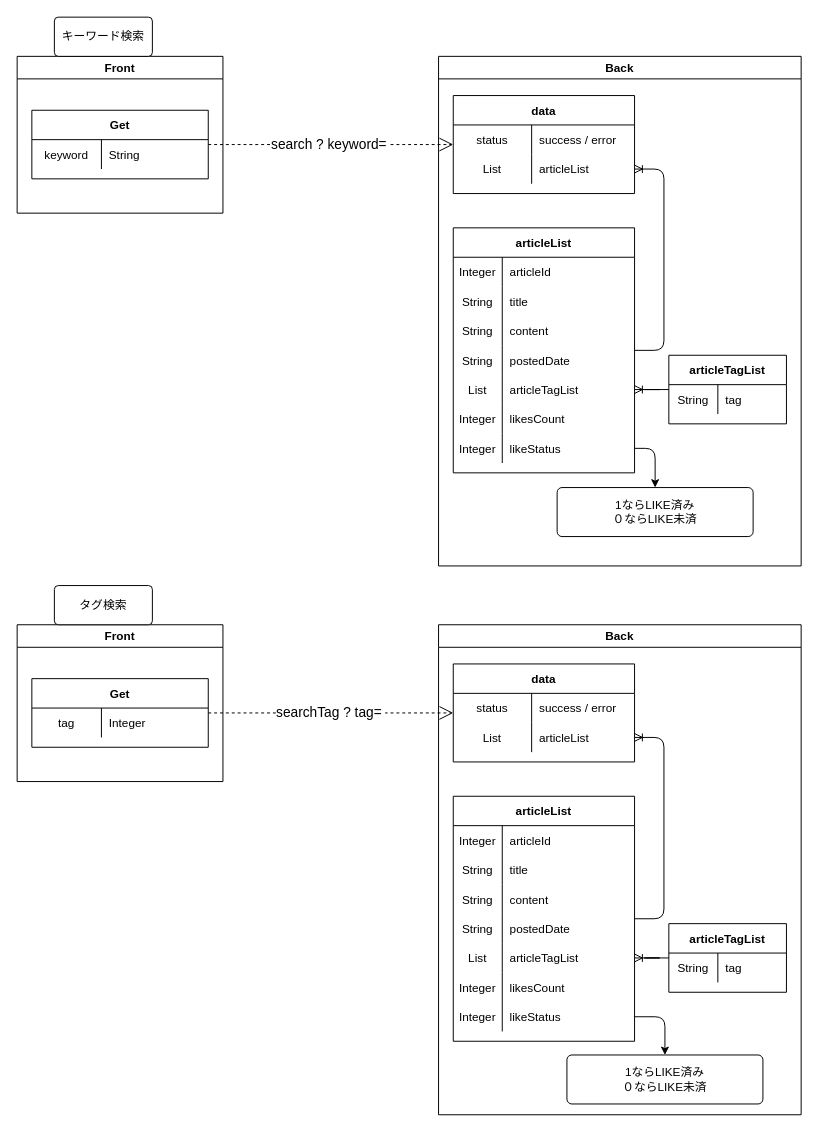
Above: page "[表示]検索記事一覧" (3 of 17) of Designs/基本設計.drawio in yusuke-rakus/Qiish (draw.io), before the change. Source tidied: cells renumbered, new cells numbered last; positions are measured from the earlier drawing's top-left corner, leaving out a move shared by most shapes. Both pictures are drawn from the tidied source at 98%, with x=0, y=0 at pixel (17, 17).
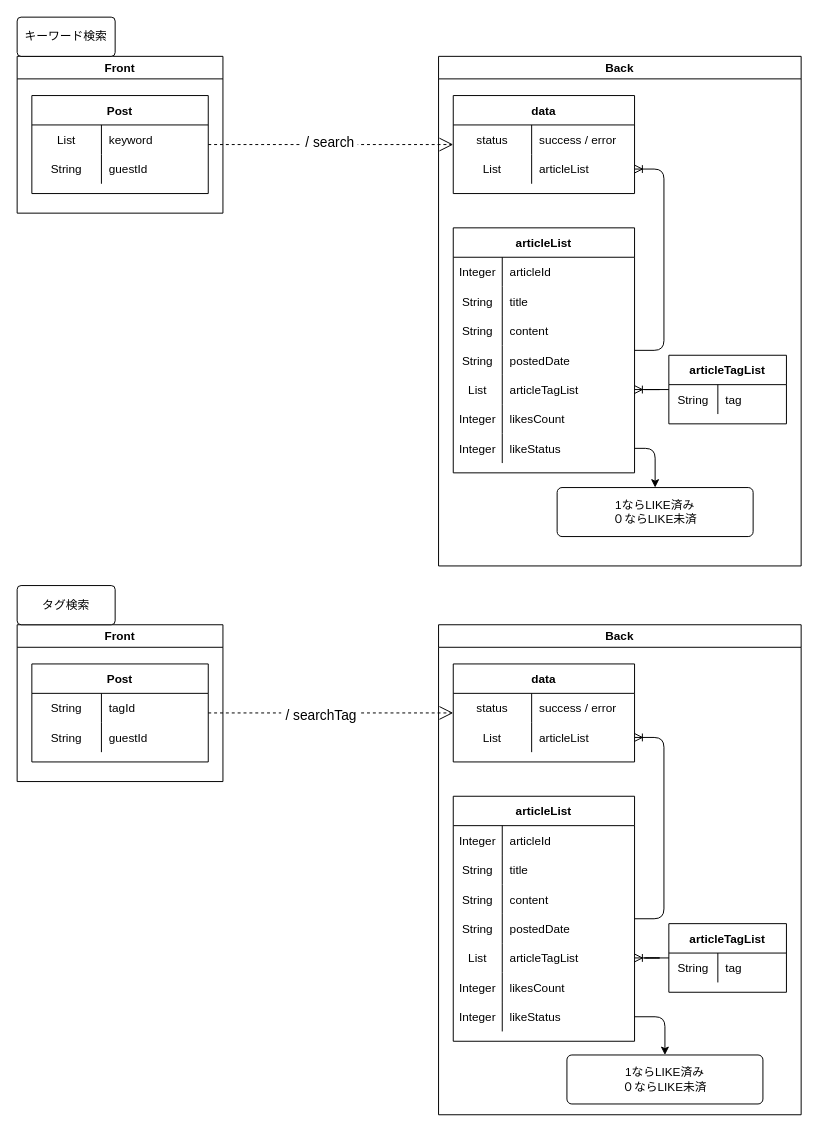
After the change.

The change refers to these unchanged cells:
```xml
<mxCell id="3" value="data" style="shape=table;startSize=30;childLayout=tableLayout;rowLines=0;fontStyle=1;align=center;" parent="2" vertex="1">
  <mxGeometry x="15" y="40" width="185" height="100" as="geometry" />
</mxCell>
<mxCell id="41" value="Front" style="swimlane;" parent="1" vertex="1">
  <mxGeometry y="40" width="210" height="160" as="geometry" />
</mxCell>
<mxCell id="43" style="shape=partialRectangle;fillColor=none;top=0;left=0;bottom=0;right=0;" parent="42" vertex="1">
  <mxGeometry y="30" width="180" height="30" as="geometry" />
</mxCell>
<mxCell id="47" value="data" style="shape=table;startSize=30;childLayout=tableLayout;rowLines=0;fontStyle=1;align=center;" parent="46" vertex="1">
  <mxGeometry x="15" y="40" width="185" height="100" as="geometry" />
</mxCell>
<mxCell id="85" value="Front" style="swimlane;" parent="1" vertex="1">
  <mxGeometry y="620" width="210" height="160" as="geometry" />
</mxCell>
<mxCell id="87" style="shape=partialRectangle;fillColor=none;top=0;left=0;bottom=0;right=0;" parent="86" vertex="1">
  <mxGeometry y="30" width="180" height="30" as="geometry" />
</mxCell>
```

Diff of the diagram source:
```diff
@@
-    <mxCell id="40" value="&lt;font style=&quot;font-size: 14px&quot;&gt;search ? keyword=&amp;nbsp;&lt;/font&gt;" style="endArrow=open;endSize=12;dashed=1;html=1;" parent="1" edge="1" source="42" target="3">
+    <mxCell id="40" style="endArrow=open;endSize=12;dashed=1;html=1;" parent="1" edge="1" source="42" target="3">
       <mxGeometry relative="1" as="geometry" />
     </mxCell>
+    <mxCell id="92" value="&amp;nbsp;/ search&amp;nbsp;" style="edgeLabel;html=1;align=center;verticalAlign=middle;fontSize=14;" parent="40" vertex="1">
+      <mxGeometry x="-0.02" y="3" relative="1" as="geometry" />
+    </mxCell>
@@
-    <mxCell id="42" value="Get" style="shape=table;startSize=30;childLayout=tableLayout;rowLines=0;fontStyle=1;align=center;" parent="41" vertex="1">
-      <mxGeometry x="15" y="55" width="180" height="70" as="geometry" />
+    <mxCell id="42" value="Post" style="shape=table;startSize=30;childLayout=tableLayout;rowLines=0;fontStyle=1;align=center;" parent="41" vertex="1">
+      <mxGeometry x="15" y="40" width="180" height="100" as="geometry" />
     </mxCell>
@@
-    <mxCell id="44" value="keyword" style="shape=partialRectangle;fillColor=none;top=0;left=0;bottom=0;right=0;overflow=hidden;" parent="43" vertex="1">
+    <mxCell id="44" value="List" style="shape=partialRectangle;fillColor=none;top=0;left=0;bottom=0;right=0;overflow=hidden;" parent="43" vertex="1">
       <mxGeometry width="71" height="30" as="geometry" />
     </mxCell>
-    <mxCell id="45" value="String" style="shape=partialRectangle;fillColor=none;top=0;left=0;bottom=0;right=0;align=left;spacingLeft=6;overflow=hidden;" parent="43" vertex="1">
+    <mxCell id="45" value="keyword" style="shape=partialRectangle;fillColor=none;top=0;left=0;bottom=0;right=0;align=left;spacingLeft=6;overflow=hidden;" parent="43" vertex="1">
       <mxGeometry x="71" width="109" height="30" as="geometry" />
     </mxCell>
+    <mxCell id="93" style="shape=partialRectangle;fillColor=none;top=0;left=0;bottom=0;right=0;" parent="42" vertex="1">
+      <mxGeometry y="60" width="180" height="30" as="geometry" />
+    </mxCell>
+    <mxCell id="94" value="String" style="shape=partialRectangle;fillColor=none;top=0;left=0;bottom=0;right=0;overflow=hidden;" parent="93" vertex="1">
+      <mxGeometry width="71" height="30" as="geometry" />
+    </mxCell>
+    <mxCell id="95" value="guestId" style="shape=partialRectangle;fillColor=none;top=0;left=0;bottom=0;right=0;align=left;spacingLeft=6;overflow=hidden;" parent="93" vertex="1">
+      <mxGeometry x="71" width="109" height="30" as="geometry" />
+    </mxCell>
@@
-    <mxCell id="84" value="&lt;font style=&quot;font-size: 14px&quot;&gt;searchTag ? tag=&amp;nbsp;&lt;/font&gt;" style="endArrow=open;endSize=12;dashed=1;html=1;" parent="1" edge="1" source="86" target="47">
+    <mxCell id="84" style="endArrow=open;endSize=12;dashed=1;html=1;" parent="1" edge="1" source="86" target="47">
       <mxGeometry relative="1" as="geometry" />
     </mxCell>
+    <mxCell id="96" value="&amp;nbsp;/ searchTag&amp;nbsp;" style="edgeLabel;html=1;align=center;verticalAlign=middle;fontSize=14;" parent="84" vertex="1">
+      <mxGeometry x="-0.09" y="-2" relative="1" as="geometry" />
+    </mxCell>
@@
-    <mxCell id="86" value="Get" style="shape=table;startSize=30;childLayout=tableLayout;rowLines=0;fontStyle=1;align=center;" parent="85" vertex="1">
-      <mxGeometry x="15" y="55" width="180" height="70" as="geometry" />
+    <mxCell id="86" value="Post" style="shape=table;startSize=30;childLayout=tableLayout;rowLines=0;fontStyle=1;align=center;" parent="85" vertex="1">
+      <mxGeometry x="15" y="40" width="180" height="100" as="geometry" />
     </mxCell>
@@
-    <mxCell id="88" value="tag" style="shape=partialRectangle;fillColor=none;top=0;left=0;bottom=0;right=0;overflow=hidden;" parent="87" vertex="1">
+    <mxCell id="88" value="String" style="shape=partialRectangle;fillColor=none;top=0;left=0;bottom=0;right=0;overflow=hidden;" parent="87" vertex="1">
       <mxGeometry width="71" height="30" as="geometry" />
     </mxCell>
-    <mxCell id="89" value="Integer" style="shape=partialRectangle;fillColor=none;top=0;left=0;bottom=0;right=0;align=left;spacingLeft=6;overflow=hidden;" parent="87" vertex="1">
+    <mxCell id="89" value="tagId" style="shape=partialRectangle;fillColor=none;top=0;left=0;bottom=0;right=0;align=left;spacingLeft=6;overflow=hidden;" parent="87" vertex="1">
       <mxGeometry x="71" width="109" height="30" as="geometry" />
     </mxCell>
+    <mxCell id="97" style="shape=partialRectangle;fillColor=none;top=0;left=0;bottom=0;right=0;" parent="86" vertex="1">
+      <mxGeometry y="60" width="180" height="30" as="geometry" />
+    </mxCell>
+    <mxCell id="98" value="String" style="shape=partialRectangle;fillColor=none;top=0;left=0;bottom=0;right=0;overflow=hidden;" parent="97" vertex="1">
+      <mxGeometry width="71" height="30" as="geometry" />
+    </mxCell>
+    <mxCell id="99" value="guestId" style="shape=partialRectangle;fillColor=none;top=0;left=0;bottom=0;right=0;align=left;spacingLeft=6;overflow=hidden;" parent="97" vertex="1">
+      <mxGeometry x="71" width="109" height="30" as="geometry" />
+    </mxCell>
     <mxCell id="90" value="キーワード検索" style="rounded=1;arcSize=10;whiteSpace=wrap;html=1;align=center;" parent="1" vertex="1">
-      <mxGeometry x="38" width="100" height="40" as="geometry" />
+      <mxGeometry width="100" height="40" as="geometry" />
     </mxCell>
     <mxCell id="91" value="タグ検索" style="rounded=1;arcSize=10;whiteSpace=wrap;html=1;align=center;" parent="1" vertex="1">
-      <mxGeometry x="38" y="580" width="100" height="40" as="geometry" />
+      <mxGeometry y="580" width="100" height="40" as="geometry" />
     </mxCell>
```
